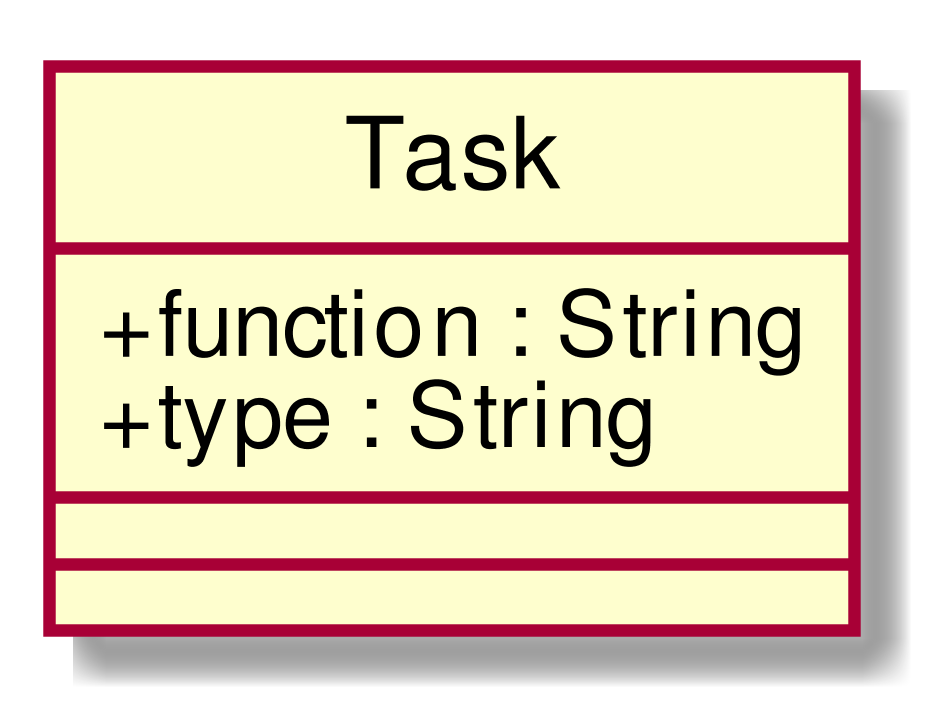
Before: RP/Esterni/DefinizioneDiProdotto/images/ClassTask.png, a diagram exported from PlantUML (CoCodeSWE/Docs).
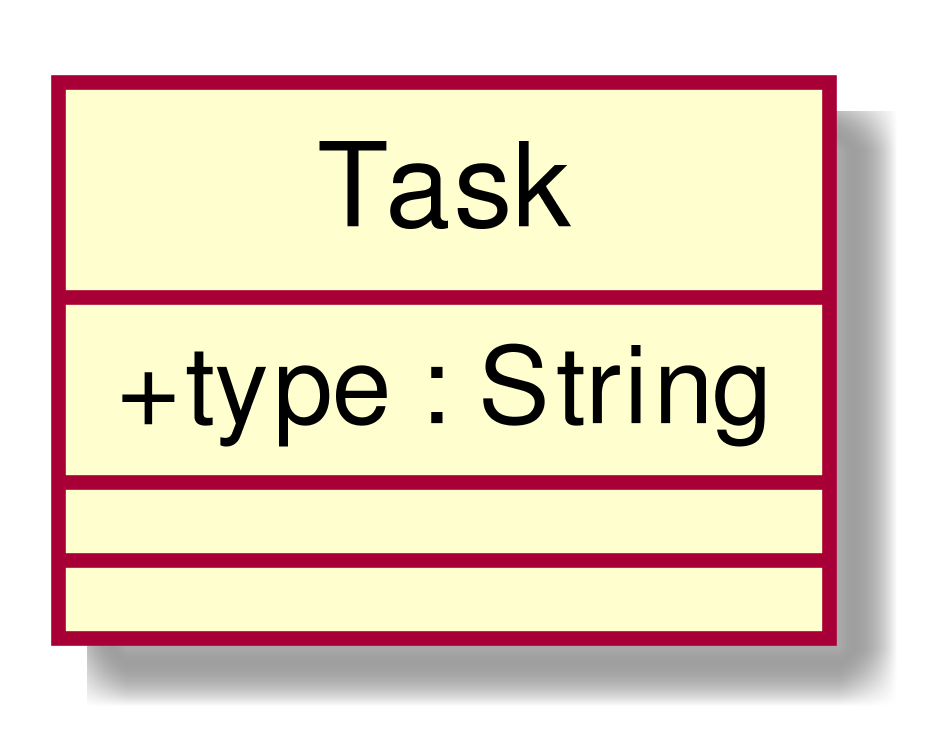
After the change.

Change to the diagram source:
```diff
@@ -2,7 +2,6 @@
 scale 1000*1000
 skinparam classAttributeIconSize 0
 class Task{
-+ function : String
 + type : String
 __
 __
```
